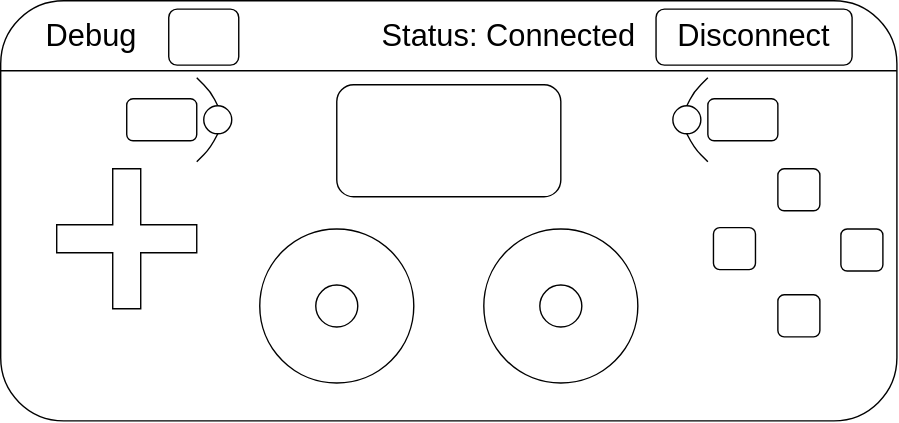
DanJBower/PipelineController keeps this draw.io diagram as prototype/android_viewer/Wireframe.drawio.svg. Above is the earlier version. Source tidied: cells renumbered, new cells last; positions are measured from the earlier drawing's top-left corner, leaving out a move shared by most shapes. The source it was exported from:
```xml
<mxGraphModel>
  <root>
    <mxCell id="0" />
    <mxCell id="1" parent="0" />
    <mxCell id="2" style="rounded=1;whiteSpace=wrap;html=1;" parent="1" vertex="1">
      <mxGeometry width="640" height="300" as="geometry" />
    </mxCell>
    <mxCell id="3" style="ellipse;whiteSpace=wrap;html=1;" parent="1" vertex="1">
      <mxGeometry x="185" y="163" width="110" height="110" as="geometry" />
    </mxCell>
    <mxCell id="4" value="Status: Connected" style="text;html=1;align=center;verticalAlign=middle;whiteSpace=wrap;rounded=0;fontSize=22;" parent="1" vertex="1">
      <mxGeometry x="258" y="11" width="210" height="30" as="geometry" />
    </mxCell>
    <mxCell id="5" style="endArrow=none;html=1;exitX=0;exitY=0.25;exitDx=0;exitDy=0;entryX=1;entryY=0.25;entryDx=0;entryDy=0;" parent="1" edge="1">
      <mxGeometry relative="1" as="geometry">
        <mxPoint y="50" as="sourcePoint" />
        <mxPoint x="640" y="50" as="targetPoint" />
      </mxGeometry>
    </mxCell>
    <mxCell id="6" value="Disconnect" style="rounded=1;whiteSpace=wrap;html=1;fontSize=22;" parent="1" vertex="1">
      <mxGeometry x="468" y="6" width="140" height="40" as="geometry" />
    </mxCell>
    <mxCell id="7" style="rounded=1;whiteSpace=wrap;html=1;" parent="1" vertex="1">
      <mxGeometry x="120" y="6" width="50" height="40" as="geometry" />
    </mxCell>
    <mxCell id="8" value="Debug" style="text;html=1;align=center;verticalAlign=middle;whiteSpace=wrap;rounded=0;fontSize=22;" parent="1" vertex="1">
      <mxGeometry x="20" y="11" width="90" height="30" as="geometry" />
    </mxCell>
    <mxCell id="9" style="rounded=1;whiteSpace=wrap;html=1;" parent="1" vertex="1">
      <mxGeometry x="240" y="60" width="160" height="80" as="geometry" />
    </mxCell>
    <mxCell id="10" style="rounded=1;whiteSpace=wrap;html=1;" parent="1" vertex="1">
      <mxGeometry x="90" y="70" width="50" height="30" as="geometry" />
    </mxCell>
    <mxCell id="11" style="rounded=1;whiteSpace=wrap;html=1;" parent="1" vertex="1">
      <mxGeometry x="505" y="70" width="50" height="30" as="geometry" />
    </mxCell>
    <mxCell id="12" style="shape=cross;whiteSpace=wrap;html=1;" parent="1" vertex="1">
      <mxGeometry x="40" y="120" width="100" height="100" as="geometry" />
    </mxCell>
    <mxCell id="13" style="ellipse;whiteSpace=wrap;html=1;" parent="1" vertex="1">
      <mxGeometry x="225" y="203" width="30" height="30" as="geometry" />
    </mxCell>
    <mxCell id="14" style="ellipse;whiteSpace=wrap;html=1;" parent="1" vertex="1">
      <mxGeometry x="345" y="163" width="110" height="110" as="geometry" />
    </mxCell>
    <mxCell id="15" style="ellipse;whiteSpace=wrap;html=1;" parent="1" vertex="1">
      <mxGeometry x="385" y="203" width="30" height="30" as="geometry" />
    </mxCell>
    <mxCell id="16" style="rounded=1;whiteSpace=wrap;html=1;" parent="1" vertex="1">
      <mxGeometry x="555" y="120" width="30" height="30" as="geometry" />
    </mxCell>
    <mxCell id="17" style="rounded=1;whiteSpace=wrap;html=1;" parent="1" vertex="1">
      <mxGeometry x="600" y="163" width="30" height="30" as="geometry" />
    </mxCell>
    <mxCell id="18" style="rounded=1;whiteSpace=wrap;html=1;" parent="1" vertex="1">
      <mxGeometry x="555" y="210" width="30" height="30" as="geometry" />
    </mxCell>
    <mxCell id="19" style="rounded=1;whiteSpace=wrap;html=1;" parent="1" vertex="1">
      <mxGeometry x="509" y="162" width="30" height="30" as="geometry" />
    </mxCell>
    <mxCell id="20" style="endArrow=none;html=1;" parent="1" edge="1">
      <mxGeometry relative="1" as="geometry">
        <mxPoint x="140" y="115" as="sourcePoint" />
        <mxPoint x="140" y="55" as="targetPoint" />
        <Array as="points">
          <mxPoint x="150" y="105" />
          <mxPoint x="160" y="85" />
          <mxPoint x="150" y="65" />
        </Array>
      </mxGeometry>
    </mxCell>
    <mxCell id="21" style="endArrow=none;html=1;" parent="1" edge="1">
      <mxGeometry relative="1" as="geometry">
        <mxPoint x="505" y="115" as="sourcePoint" />
        <mxPoint x="505" y="55" as="targetPoint" />
        <Array as="points">
          <mxPoint x="495" y="105" />
          <mxPoint x="485" y="85" />
          <mxPoint x="495" y="65" />
        </Array>
      </mxGeometry>
    </mxCell>
    <mxCell id="22" style="ellipse;whiteSpace=wrap;html=1;" parent="1" vertex="1">
      <mxGeometry x="145" y="75" width="20" height="20" as="geometry" />
    </mxCell>
    <mxCell id="23" style="ellipse;whiteSpace=wrap;html=1;" parent="1" vertex="1">
      <mxGeometry x="480" y="75" width="20" height="20" as="geometry" />
    </mxCell>
  </root>
</mxGraphModel>
```
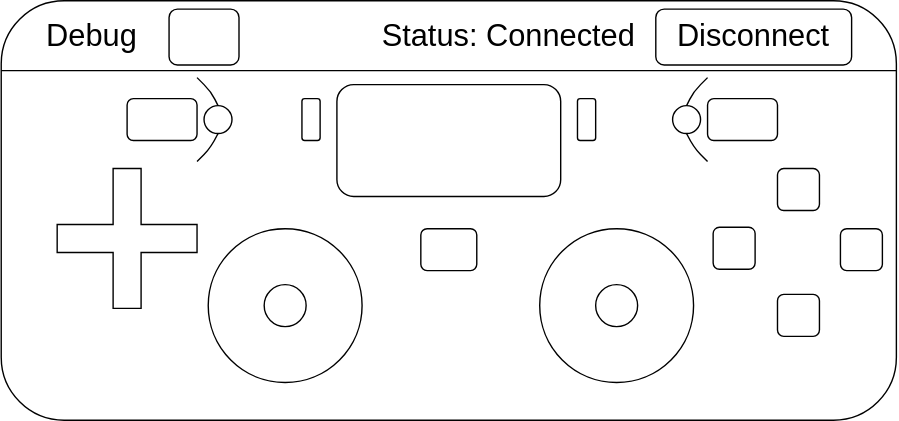
Above is the later version.

Commit message:
Forgot menu/start/select buttons

The edit, as a diff of the source:
```diff
@@ -6,7 +6,7 @@
       <mxGeometry width="640" height="300" as="geometry" />
     </mxCell>
     <mxCell id="3" style="ellipse;whiteSpace=wrap;html=1;" parent="1" vertex="1">
-      <mxGeometry x="185" y="163" width="110" height="110" as="geometry" />
+      <mxGeometry x="148" y="163" width="110" height="110" as="geometry" />
     </mxCell>
     <mxCell id="4" value="Status: Connected" style="text;html=1;align=center;verticalAlign=middle;whiteSpace=wrap;rounded=0;fontSize=22;" parent="1" vertex="1">
       <mxGeometry x="258" y="11" width="210" height="30" as="geometry" />
@@ -39,13 +39,13 @@
       <mxGeometry x="40" y="120" width="100" height="100" as="geometry" />
     </mxCell>
     <mxCell id="13" style="ellipse;whiteSpace=wrap;html=1;" parent="1" vertex="1">
-      <mxGeometry x="225" y="203" width="30" height="30" as="geometry" />
+      <mxGeometry x="188" y="203" width="30" height="30" as="geometry" />
     </mxCell>
     <mxCell id="14" style="ellipse;whiteSpace=wrap;html=1;" parent="1" vertex="1">
-      <mxGeometry x="345" y="163" width="110" height="110" as="geometry" />
+      <mxGeometry x="385" y="163" width="110" height="110" as="geometry" />
     </mxCell>
     <mxCell id="15" style="ellipse;whiteSpace=wrap;html=1;" parent="1" vertex="1">
-      <mxGeometry x="385" y="203" width="30" height="30" as="geometry" />
+      <mxGeometry x="425" y="203" width="30" height="30" as="geometry" />
     </mxCell>
     <mxCell id="16" style="rounded=1;whiteSpace=wrap;html=1;" parent="1" vertex="1">
       <mxGeometry x="555" y="120" width="30" height="30" as="geometry" />
@@ -87,5 +87,14 @@
     <mxCell id="23" style="ellipse;whiteSpace=wrap;html=1;" parent="1" vertex="1">
       <mxGeometry x="480" y="75" width="20" height="20" as="geometry" />
     </mxCell>
+    <mxCell id="24" style="rounded=1;whiteSpace=wrap;html=1;" parent="1" vertex="1">
+      <mxGeometry x="300" y="163" width="40" height="30" as="geometry" />
+    </mxCell>
+    <mxCell id="25" style="rounded=1;whiteSpace=wrap;html=1;" parent="1" vertex="1">
+      <mxGeometry x="215" y="70" width="13" height="30" as="geometry" />
+    </mxCell>
+    <mxCell id="26" style="rounded=1;whiteSpace=wrap;html=1;" parent="1" vertex="1">
+      <mxGeometry x="412" y="70" width="13" height="30" as="geometry" />
+    </mxCell>
   </root>
 </mxGraphModel>
```
